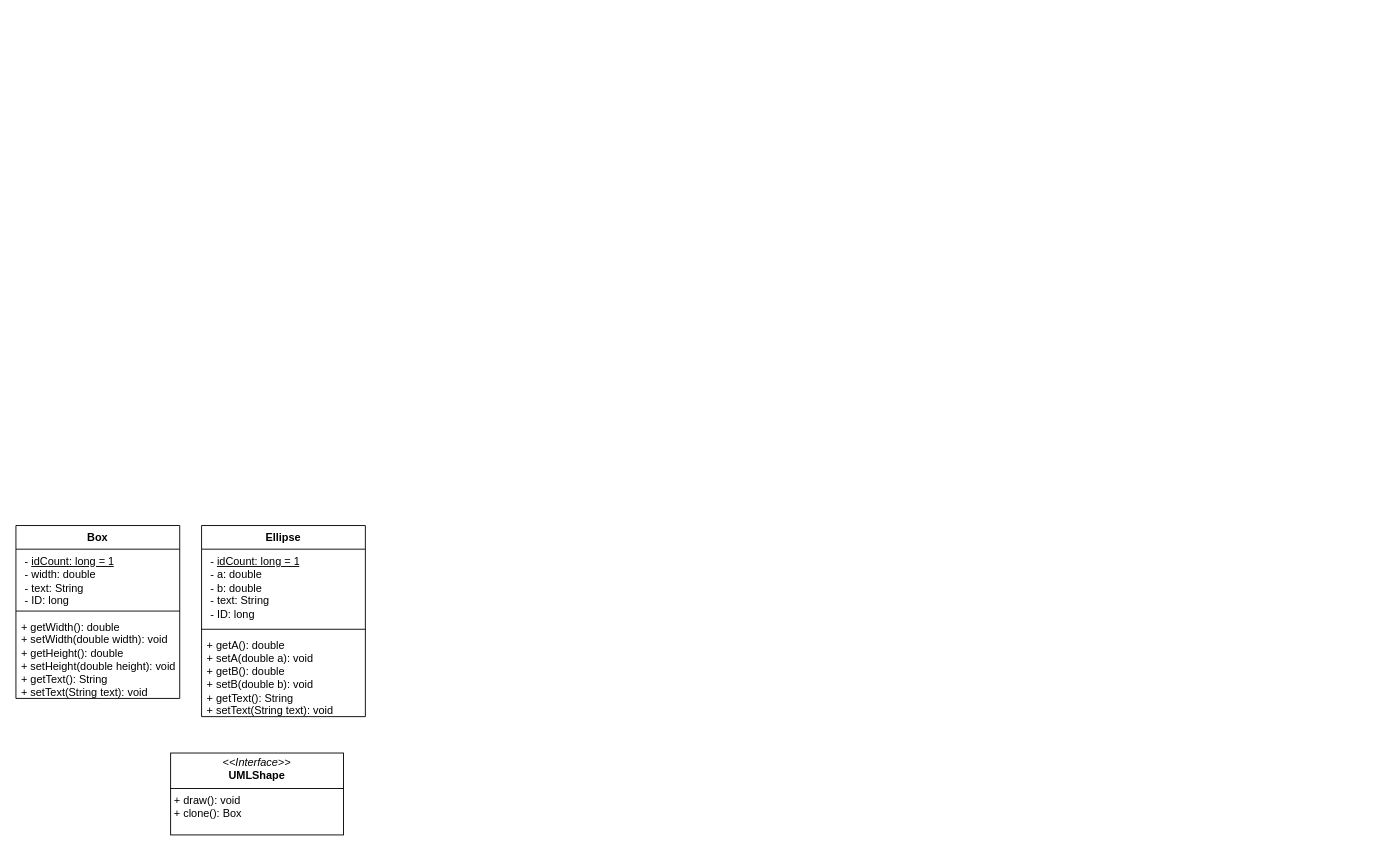
Earlier version of the draw.io diagram soft2201w5.drawio (NguyenChHieu/graphs). Source tidied: cells renumbered, new cells numbered last; positions are measured from the earlier drawing's top-left corner, leaving out a move shared by most shapes. Both pictures are drawn from the tidied source at 91%, with x=0, y=0 at pixel (15, 525).
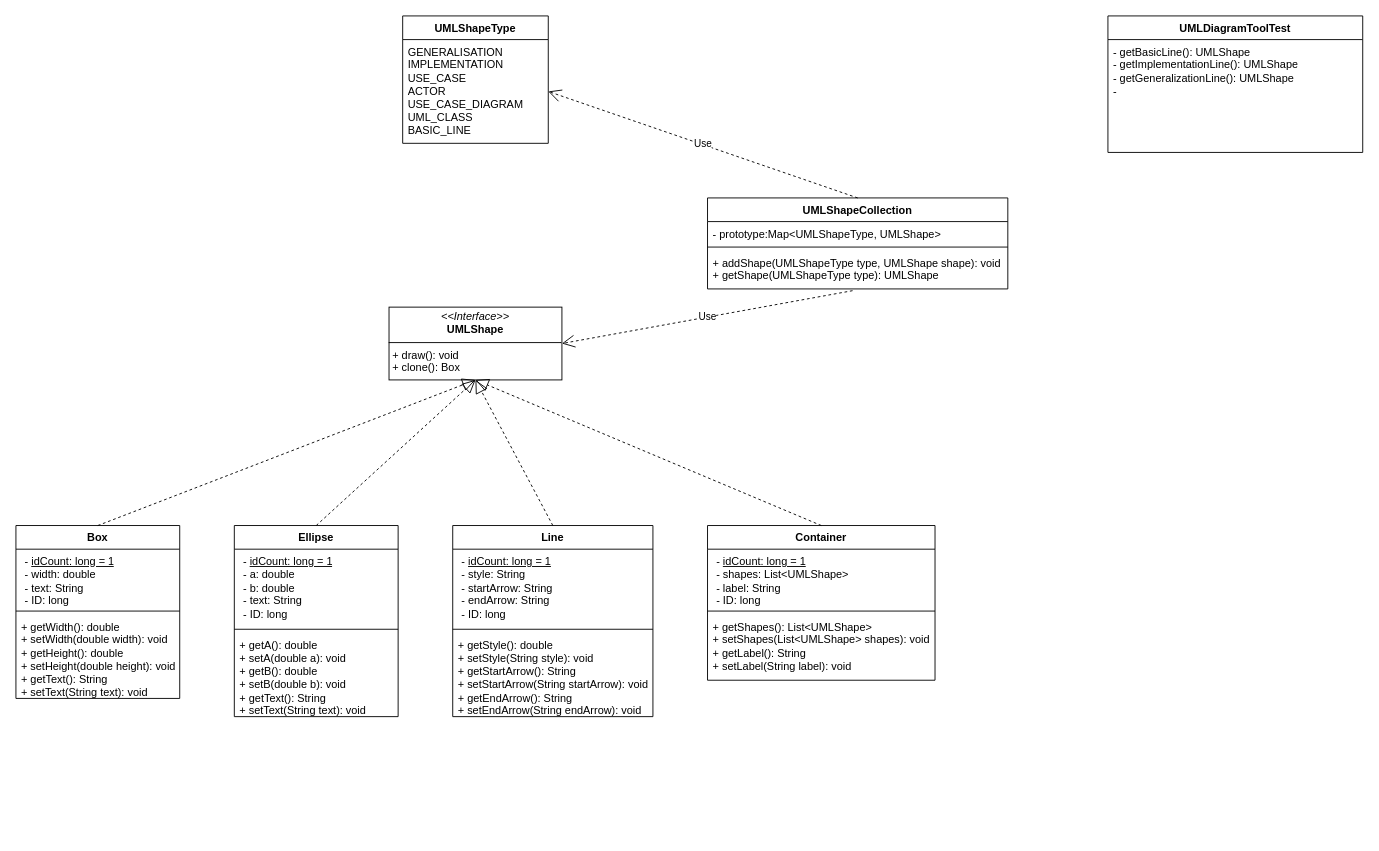
The same diagram, later.

Unchanged cells that the change refers to:
```xml
<mxCell id="2" value="Box" style="swimlane;fontStyle=1;align=center;verticalAlign=top;horizontal=1;startSize=26;whiteSpace=wrap;html=1;" parent="1" vertex="1">
  <mxGeometry width="180" height="190" as="geometry" />
</mxCell>
```

Change to the diagram source:
```diff
@@
     <mxCell id="6" value="&lt;p style=&quot;margin:0px;margin-top:4px;text-align:center;&quot;&gt;&lt;i&gt;&amp;lt;&amp;lt;Interface&amp;gt;&amp;gt;&lt;/i&gt;&lt;br&gt;&lt;b&gt;UMLShape&lt;/b&gt;&lt;/p&gt;&lt;hr size=&quot;1&quot; style=&quot;border-style:solid;&quot;&gt;&lt;p style=&quot;margin:0px;margin-left:4px;&quot;&gt;+ draw(): void&lt;/p&gt;&lt;p style=&quot;margin:0px;margin-left:4px;&quot;&gt;+ clone(): Box&lt;/p&gt;" style="verticalAlign=top;align=left;overflow=fill;html=1;whiteSpace=wrap;" parent="1" vertex="1">
-      <mxGeometry x="170" y="250" width="190" height="90" as="geometry" />
+      <mxGeometry x="410" y="-240" width="190" height="80" as="geometry" />
     </mxCell>
     <mxCell id="7" value="Ellipse" style="swimlane;fontStyle=1;align=center;verticalAlign=top;horizontal=1;startSize=26;whiteSpace=wrap;html=1;" parent="1" vertex="1">
-      <mxGeometry x="204" width="180" height="210" as="geometry" />
+      <mxGeometry x="240" width="180" height="210" as="geometry" />
     </mxCell>
@@
+    <mxCell id="11" value="Line" style="swimlane;fontStyle=1;align=center;verticalAlign=top;horizontal=1;startSize=26;whiteSpace=wrap;html=1;" parent="1" vertex="1">
+      <mxGeometry x="480" width="220" height="210" as="geometry" />
+    </mxCell>
+    <mxCell id="12" value="&lt;p style=&quot;margin: 0px 0px 0px 4px;&quot;&gt;-&amp;nbsp;&lt;u&gt;idCount: long = 1&lt;/u&gt;&lt;/p&gt;&lt;p style=&quot;margin: 0px 0px 0px 4px;&quot;&gt;- style: String&lt;/p&gt;&lt;p style=&quot;margin: 0px 0px 0px 4px;&quot;&gt;- startArrow: String&lt;/p&gt;&lt;p style=&quot;margin: 0px 0px 0px 4px;&quot;&gt;- endArrow: String&lt;/p&gt;&lt;p style=&quot;margin: 0px 0px 0px 4px;&quot;&gt;- ID: long&lt;/p&gt;" style="text;strokeColor=none;fillColor=none;align=left;verticalAlign=top;spacingLeft=4;spacingRight=4;overflow=hidden;whiteSpace=wrap;html=1;" parent="11" vertex="1">
+      <mxGeometry y="26" width="220" height="84" as="geometry" />
+    </mxCell>
+    <mxCell id="13" style="line;strokeWidth=1;fillColor=none;align=left;verticalAlign=middle;spacingTop=-1;spacingLeft=3;spacingRight=3;labelPosition=right;strokeColor=inherit;" parent="11" vertex="1">
+      <mxGeometry y="110" width="220" height="8" as="geometry" />
+    </mxCell>
+    <mxCell id="14" value="&lt;div&gt;+ getStyle(): double&lt;/div&gt;&lt;div&gt;+&lt;span style=&quot;background-color: initial;&quot;&gt;&amp;nbsp;setStyle(String style): void&lt;/span&gt;&lt;/div&gt;&lt;div&gt;+ getStartArrow(): String&lt;/div&gt;&lt;div&gt;+ setStartArrow(String startArrow): void&lt;/div&gt;&lt;div&gt;+ getEndArrow(): String&lt;/div&gt;&lt;div&gt;+ setEndArrow(String endArrow): void&lt;/div&gt;" style="text;strokeColor=none;fillColor=none;align=left;verticalAlign=top;spacingLeft=4;spacingRight=4;overflow=hidden;whiteSpace=wrap;html=1;" parent="11" vertex="1">
+      <mxGeometry y="118" width="220" height="92" as="geometry" />
+    </mxCell>
+    <mxCell id="15" value="Container" style="swimlane;fontStyle=1;align=center;verticalAlign=top;horizontal=1;startSize=26;whiteSpace=wrap;html=1;" parent="1" vertex="1">
+      <mxGeometry x="760" width="250" height="170" as="geometry" />
+    </mxCell>
+    <mxCell id="16" value="&lt;p style=&quot;margin: 0px 0px 0px 4px;&quot;&gt;-&amp;nbsp;&lt;u&gt;idCount: long = 1&lt;/u&gt;&lt;/p&gt;&lt;p style=&quot;margin: 0px 0px 0px 4px;&quot;&gt;- shapes: List&amp;lt;UMLShape&amp;gt;&lt;/p&gt;&lt;p style=&quot;margin: 0px 0px 0px 4px;&quot;&gt;&lt;span style=&quot;background-color: initial;&quot;&gt;- label: String&lt;/span&gt;&lt;/p&gt;&lt;p style=&quot;margin: 0px 0px 0px 4px;&quot;&gt;&lt;span style=&quot;background-color: initial;&quot;&gt;- ID: long&lt;/span&gt;&lt;br&gt;&lt;/p&gt;" style="text;strokeColor=none;fillColor=none;align=left;verticalAlign=top;spacingLeft=4;spacingRight=4;overflow=hidden;whiteSpace=wrap;html=1;" parent="15" vertex="1">
+      <mxGeometry y="26" width="250" height="64" as="geometry" />
+    </mxCell>
+    <mxCell id="17" style="line;strokeWidth=1;fillColor=none;align=left;verticalAlign=middle;spacingTop=-1;spacingLeft=3;spacingRight=3;labelPosition=right;strokeColor=inherit;" parent="15" vertex="1">
+      <mxGeometry y="90" width="250" height="8" as="geometry" />
+    </mxCell>
+    <mxCell id="18" value="&lt;div&gt;+ getShapes(): List&amp;lt;UMLShape&amp;gt;&lt;/div&gt;&lt;div&gt;+ setShapes(&lt;span style=&quot;background-color: initial;&quot;&gt;List&amp;lt;UMLShape&amp;gt; shapes): void&lt;/span&gt;&lt;/div&gt;&lt;div&gt;&lt;span style=&quot;background-color: initial;&quot;&gt;+ getLabel(): String&lt;/span&gt;&lt;/div&gt;&lt;div&gt;&lt;span style=&quot;background-color: initial;&quot;&gt;+ setLabel(String label): void&lt;/span&gt;&lt;/div&gt;" style="text;strokeColor=none;fillColor=none;align=left;verticalAlign=top;spacingLeft=4;spacingRight=4;overflow=hidden;whiteSpace=wrap;html=1;" parent="15" vertex="1">
+      <mxGeometry y="98" width="250" height="72" as="geometry" />
+    </mxCell>
+    <mxCell id="19" style="endArrow=block;dashed=1;endFill=0;endSize=12;html=1;rounded=0;exitX=0.5;exitY=0;exitDx=0;exitDy=0;entryX=0.5;entryY=1;entryDx=0;entryDy=0;" parent="1" edge="1" source="2" target="6">
+      <mxGeometry relative="1" as="geometry" />
+    </mxCell>
+    <mxCell id="20" style="endArrow=block;dashed=1;endFill=0;endSize=12;html=1;rounded=0;exitX=0.5;exitY=0;exitDx=0;exitDy=0;entryX=0.5;entryY=1;entryDx=0;entryDy=0;" parent="1" edge="1" source="7" target="6">
+      <mxGeometry relative="1" as="geometry" />
+    </mxCell>
+    <mxCell id="21" style="endArrow=block;dashed=1;endFill=0;endSize=12;html=1;rounded=0;exitX=0.5;exitY=0;exitDx=0;exitDy=0;entryX=0.5;entryY=1;entryDx=0;entryDy=0;" parent="1" edge="1" source="11" target="6">
+      <mxGeometry relative="1" as="geometry" />
+    </mxCell>
+    <mxCell id="22" style="endArrow=block;dashed=1;endFill=0;endSize=12;html=1;rounded=0;exitX=0.5;exitY=0;exitDx=0;exitDy=0;entryX=0.5;entryY=1;entryDx=0;entryDy=0;" parent="1" edge="1" source="15" target="6">
+      <mxGeometry relative="1" as="geometry" />
+    </mxCell>
+    <mxCell id="23" value="UMLShapeCollection" style="swimlane;fontStyle=1;align=center;verticalAlign=top;horizontal=1;startSize=26;whiteSpace=wrap;html=1;" parent="1" vertex="1">
+      <mxGeometry x="760" y="-360" width="330" height="100" as="geometry" />
+    </mxCell>
+    <mxCell id="24" value="- prototype:Map&amp;lt;UMLShapeType, UMLShape&amp;gt;" style="text;strokeColor=none;fillColor=none;align=left;verticalAlign=top;spacingLeft=4;spacingRight=4;overflow=hidden;whiteSpace=wrap;html=1;" parent="23" vertex="1">
+      <mxGeometry y="26" width="330" height="24" as="geometry" />
+    </mxCell>
+    <mxCell id="25" style="line;strokeWidth=1;fillColor=none;align=left;verticalAlign=middle;spacingTop=-1;spacingLeft=3;spacingRight=3;labelPosition=right;strokeColor=inherit;" parent="23" vertex="1">
+      <mxGeometry y="50" width="330" height="8" as="geometry" />
+    </mxCell>
+    <mxCell id="26" value="+ addShape(UMLShapeType type, UMLShape shape): void&lt;div&gt;+ getShape(UMLShapeType type): UMLShape&lt;/div&gt;" style="text;strokeColor=none;fillColor=none;align=left;verticalAlign=top;spacingLeft=4;spacingRight=4;overflow=hidden;points=[[0,0.5],[1,0.5]];portConstraint=eastwest;whiteSpace=wrap;html=1;" parent="23" vertex="1">
+      <mxGeometry y="58" width="330" height="42" as="geometry" />
+    </mxCell>
+    <mxCell id="27" value="Use" style="endArrow=open;endSize=12;dashed=1;html=1;rounded=0;exitX=0.483;exitY=1.046;exitDx=0;exitDy=0;exitPerimeter=0;entryX=1;entryY=0.5;entryDx=0;entryDy=0;" parent="1" edge="1" source="26" target="6">
+      <mxGeometry relative="1" as="geometry" />
+    </mxCell>
+    <mxCell id="28" value="UMLShapeType" style="swimlane;fontStyle=1;align=center;verticalAlign=top;horizontal=1;startSize=26;whiteSpace=wrap;html=1;" parent="1" vertex="1">
+      <mxGeometry x="425" y="-560" width="160" height="140" as="geometry" />
+    </mxCell>
+    <mxCell id="29" value="GENERALISATION&lt;div&gt;IMPLEMENTATION&lt;/div&gt;&lt;div&gt;USE_CASE&lt;/div&gt;&lt;div&gt;ACTOR&lt;/div&gt;&lt;div&gt;USE_CASE_DIAGRAM&lt;/div&gt;&lt;div&gt;UML_CLASS&lt;/div&gt;&lt;div&gt;BASIC_LINE&lt;/div&gt;" style="text;strokeColor=none;fillColor=none;align=left;verticalAlign=top;spacingLeft=4;spacingRight=4;overflow=hidden;points=[[0,0.5],[1,0.5]];portConstraint=eastwest;whiteSpace=wrap;html=1;" parent="28" vertex="1">
+      <mxGeometry y="26" width="160" height="114" as="geometry" />
+    </mxCell>
+    <mxCell id="30" value="Use" style="endArrow=open;endSize=12;dashed=1;html=1;rounded=0;exitX=0.5;exitY=0;exitDx=0;exitDy=0;entryX=1;entryY=0.5;entryDx=0;entryDy=0;" parent="1" edge="1" source="23" target="29">
+      <mxGeometry relative="1" as="geometry" />
+    </mxCell>
+    <mxCell id="31" value="UMLDiagramToolTest" style="swimlane;fontStyle=1;align=center;verticalAlign=top;horizontal=1;startSize=26;whiteSpace=wrap;html=1;" parent="1" vertex="1">
+      <mxGeometry x="1200" y="-560" width="280" height="150" as="geometry" />
+    </mxCell>
+    <mxCell id="32" value="- getBasicLine(): UMLShape&lt;div&gt;- getImplementationLine(): UMLShape&lt;/div&gt;&lt;div&gt;- getGeneralizationLine(): UMLShape&lt;/div&gt;&lt;div&gt;-&lt;/div&gt;" style="text;strokeColor=none;fillColor=none;align=left;verticalAlign=top;spacingLeft=4;spacingRight=4;overflow=hidden;whiteSpace=wrap;html=1;" parent="31" vertex="1">
+      <mxGeometry y="26" width="280" height="124" as="geometry" />
+    </mxCell>
```
